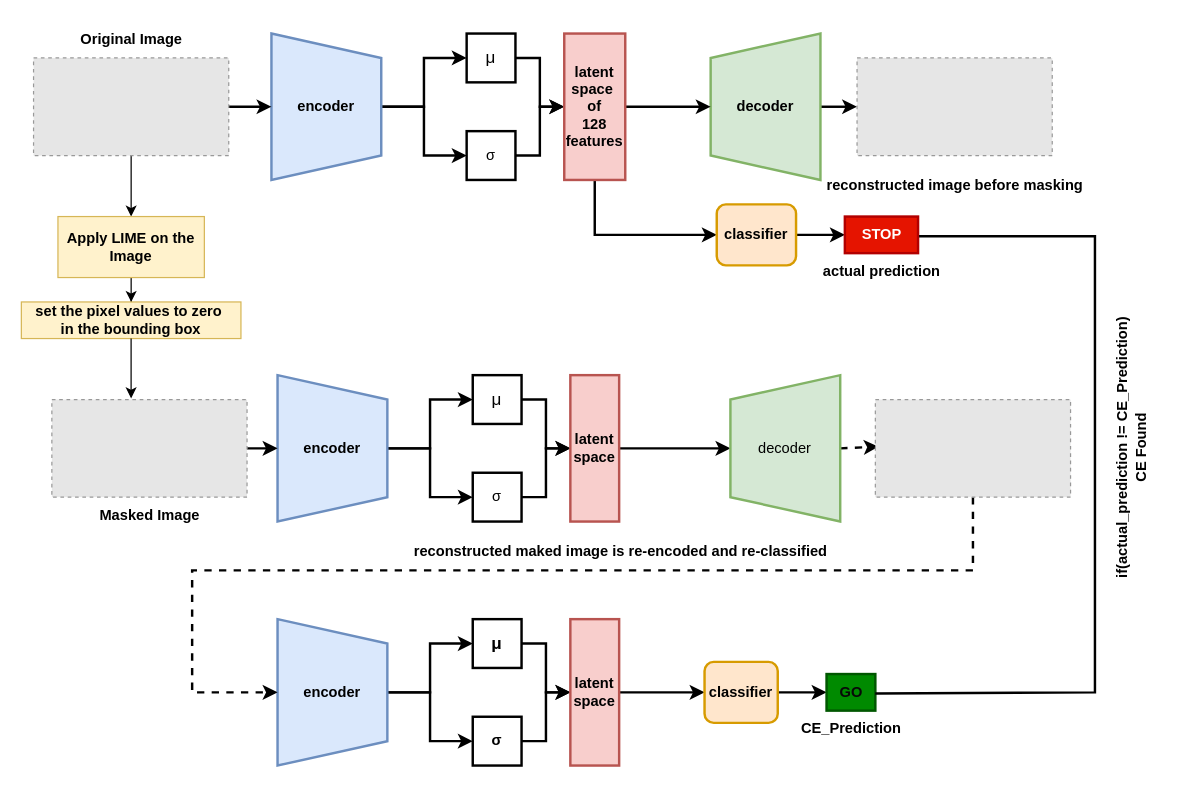
The draw.io diagram LIME_based_image_masking_flow.drawio in darshandodamani/A-Counterfactual-Explanation-Approach-Using-Deep-Generative-Models, before the edit. Source tidied: cells renumbered, new cells numbered last; positions are measured from the earlier drawing's top-left corner, leaving out a move shared by most shapes. Both pictures are drawn from the tidied source at 122%, with x=0, y=0 at pixel (21, 21). Pictures stored in the file or linked from it are replaced by grey dashed boxes.
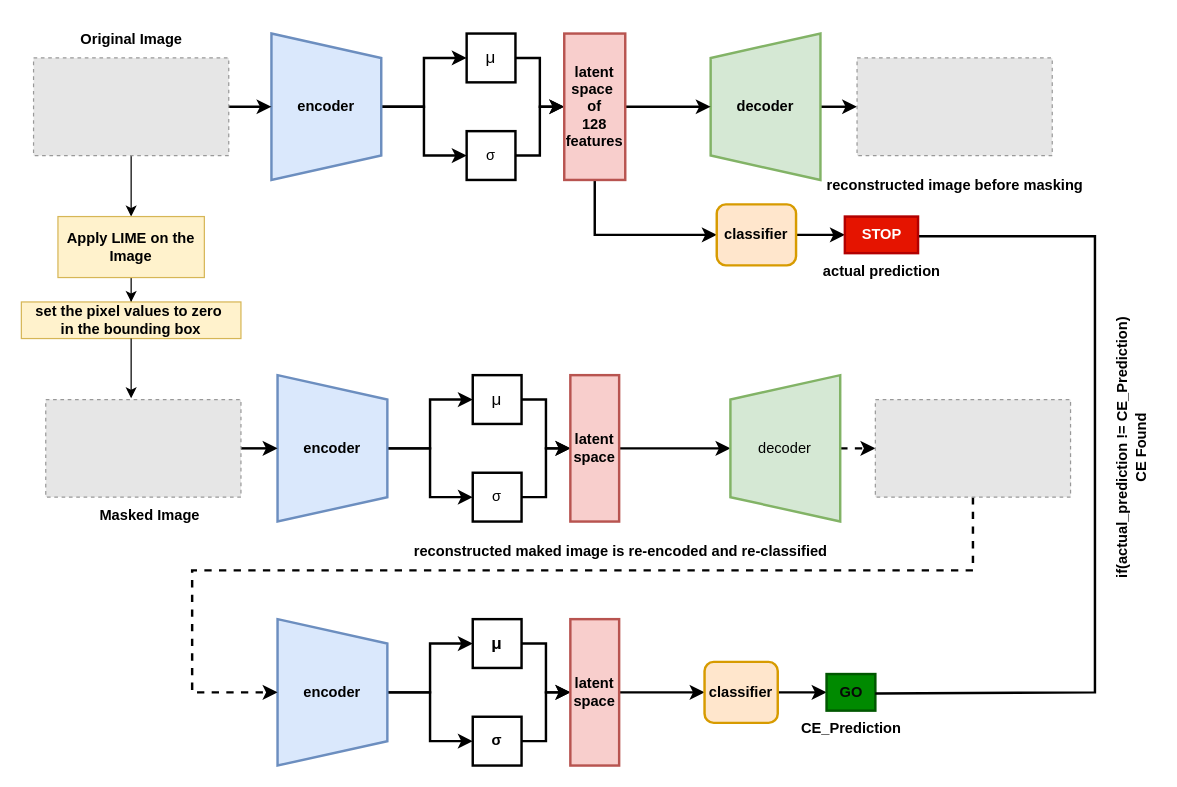
The same diagram, later.

The change refers to these unchanged cells:
```xml
<mxCell id="18" value="&lt;b&gt;encoder&lt;/b&gt;" style="shape=trapezoid;perimeter=trapezoidPerimeter;whiteSpace=wrap;html=1;fixedSize=1;direction=south;fillColor=#dae8fc;strokeColor=#6c8ebf;strokeWidth=2;" parent="1" vertex="1">
  <mxGeometry x="210" y="290" width="90" height="120" as="geometry" />
</mxCell>
<mxCell id="29" value="&lt;b&gt;encoder&lt;/b&gt;" style="shape=trapezoid;perimeter=trapezoidPerimeter;whiteSpace=wrap;html=1;fixedSize=1;direction=south;fillColor=#dae8fc;strokeColor=#6c8ebf;strokeWidth=2;" parent="1" vertex="1">
  <mxGeometry x="210" y="490" width="90" height="120" as="geometry" />
</mxCell>
<mxCell id="40" value="decoder" style="shape=trapezoid;perimeter=trapezoidPerimeter;whiteSpace=wrap;html=1;fixedSize=1;direction=north;fillColor=#d5e8d4;strokeColor=#82b366;strokeWidth=2;" parent="1" vertex="1">
  <mxGeometry x="581.2" y="290" width="90" height="120" as="geometry" />
</mxCell>
<mxCell id="57" value="&lt;b style=&quot;text-wrap-mode: nowrap;&quot;&gt;set the pixel values to zero&amp;nbsp;&lt;/b&gt;&lt;div&gt;&lt;b style=&quot;text-wrap-mode: nowrap;&quot;&gt;in the bounding box&lt;/b&gt;&lt;/div&gt;" style="rounded=0;whiteSpace=wrap;html=1;fillColor=#fff2cc;strokeColor=#d6b656;" parent="1" vertex="1">
  <mxGeometry y="230" width="180" height="30" as="geometry" />
</mxCell>
```

Diff of the diagram source:
```diff
@@
-    <mxCell id="39" style="edgeStyle=none;html=1;exitX=0.5;exitY=1;exitDx=0;exitDy=0;entryX=0;entryY=0.5;entryDx=0;entryDy=0;entryPerimeter=0;dashed=1;strokeWidth=2;" parent="1" edge="1" source="40">
-      <mxGeometry relative="1" as="geometry">
-        <mxPoint x="702.7" y="348.6" as="targetPoint" />
-      </mxGeometry>
+    <mxCell id="39" style="edgeStyle=none;html=1;exitX=0.5;exitY=1;exitDx=0;exitDy=0;entryX=0;entryY=0.5;entryDx=0;entryDy=0;dashed=1;strokeWidth=2;" parent="1" edge="1" source="40" target="46">
+      <mxGeometry relative="1" as="geometry" />
     </mxCell>
@@
-    <mxCell id="43" style="edgeStyle=orthogonalEdgeStyle;rounded=0;jettySize=auto;html=1;entryX=0.5;entryY=1;entryDx=0;entryDy=0;strokeWidth=2;" parent="1" edge="1" source="44" target="18">
-      <mxGeometry relative="1" as="geometry" />
+    <mxCell id="43" style="edgeStyle=orthogonalEdgeStyle;rounded=0;jettySize=auto;html=1;entryX=0.5;entryY=1;entryDx=0;entryDy=0;strokeWidth=2;" parent="1" edge="1" target="18">
+      <mxGeometry relative="1" as="geometry">
+        <mxPoint x="180" y="350" as="sourcePoint" />
+      </mxGeometry>
     </mxCell>
-    <mxCell id="44" style="fillColor=#E6E6E6;strokeColor=#999999;dashed=1;verticalLabelPosition=bottom;labelBackgroundColor=default;verticalAlign=top;" parent="1" vertex="1">
-      <mxGeometry x="25" y="310" width="160" height="80" as="geometry" />
-    </mxCell>
-    <mxCell id="45" style="edgeStyle=orthogonalEdgeStyle;rounded=0;jettySize=auto;html=1;exitX=0.5;exitY=1;exitDx=0;exitDy=0;entryX=0.5;entryY=1;entryDx=0;entryDy=0;dashed=1;strokeWidth=2;" parent="1" edge="1" source="46" target="29">
+    <mxCell id="45" style="edgeStyle=orthogonalEdgeStyle;rounded=0;jettySize=auto;html=1;exitX=0.5;exitY=1;exitDx=0;exitDy=0;entryX=0.5;entryY=1;entryDx=0;entryDy=0;dashed=1;strokeWidth=2;" parent="1" edge="1" target="29">
       <mxGeometry relative="1" as="geometry">
+        <mxPoint x="780" y="390" as="sourcePoint" />
         <Array as="points">
           <mxPoint x="780" y="450" />
           <mxPoint x="140" y="450" />
           <mxPoint x="140" y="550" />
         </Array>
       </mxGeometry>
     </mxCell>
-    <mxCell id="46" style="fillColor=#E6E6E6;strokeColor=#999999;dashed=1;verticalLabelPosition=bottom;labelBackgroundColor=default;verticalAlign=top;" parent="1" vertex="1">
-      <mxGeometry x="700" y="310" width="160" height="80" as="geometry" />
-    </mxCell>
@@
-    <mxCell id="58" style="edgeStyle=orthogonalEdgeStyle;rounded=0;jettySize=auto;html=1;entryX=0.406;entryY=-0.012;entryDx=0;entryDy=0;entryPerimeter=0;" parent="1" edge="1" source="57" target="44">
-      <mxGeometry relative="1" as="geometry" />
+    <mxCell id="58" style="edgeStyle=orthogonalEdgeStyle;rounded=0;jettySize=auto;html=1;entryX=0.406;entryY=-0.012;entryDx=0;entryDy=0;entryPerimeter=0;" parent="1" edge="1" source="57">
+      <mxGeometry relative="1" as="geometry">
+        <mxPoint x="90" y="309" as="targetPoint" />
+      </mxGeometry>
     </mxCell>
@@
+    <mxCell id="60" style="fillColor=#E6E6E6;strokeColor=#999999;dashed=1;verticalLabelPosition=bottom;labelBackgroundColor=default;verticalAlign=top;" parent="1" vertex="1">
+      <mxGeometry x="20" y="310" width="160" height="80" as="geometry" />
+    </mxCell>
+    <mxCell id="46" style="fillColor=#E6E6E6;strokeColor=#999999;dashed=1;verticalLabelPosition=bottom;labelBackgroundColor=default;verticalAlign=top;" parent="1" vertex="1">
+      <mxGeometry x="700" y="310" width="160" height="80" as="geometry" />
+    </mxCell>
```
